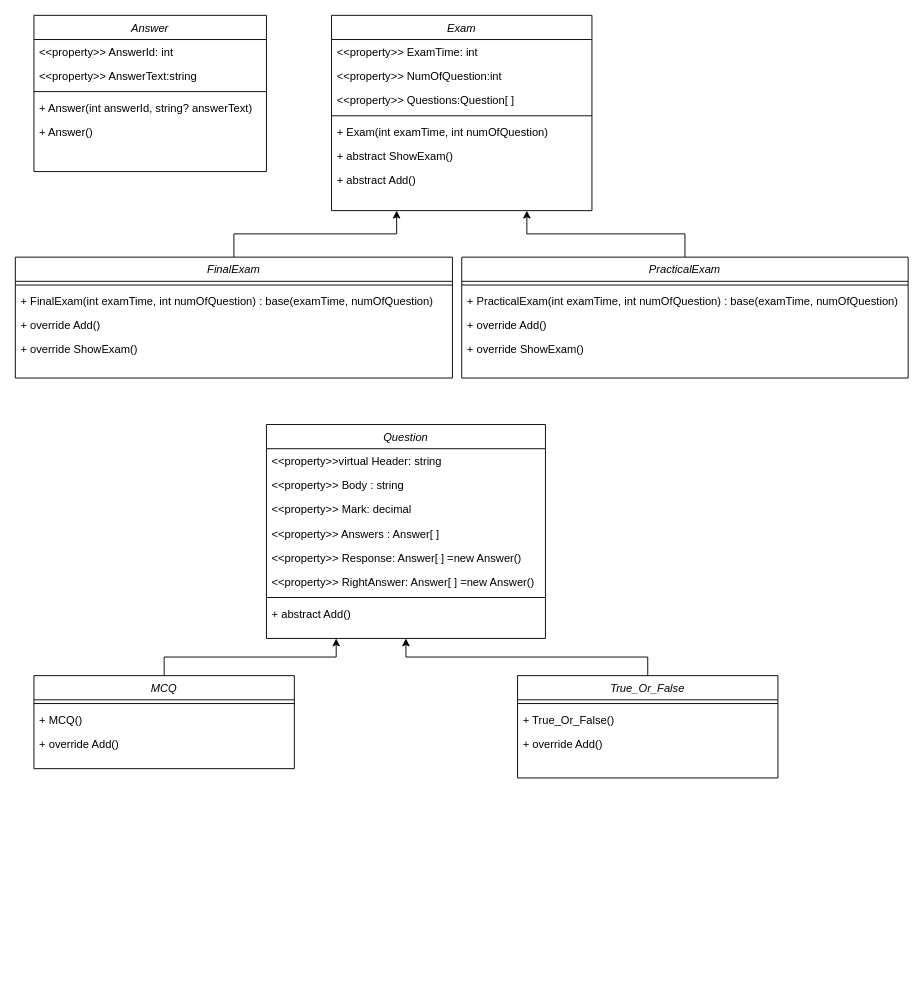
Before: Untitled Diagram.drawio in Marina-tarek/C43-G01-Exam02-OOPExam, a draw.io diagram. Source tidied: cells renumbered, new cells numbered last; positions are measured from the earlier drawing's top-left corner, leaving out a move shared by most shapes. Both pictures are drawn from the tidied source at 93%, with x=0, y=0 at pixel (15, 15).
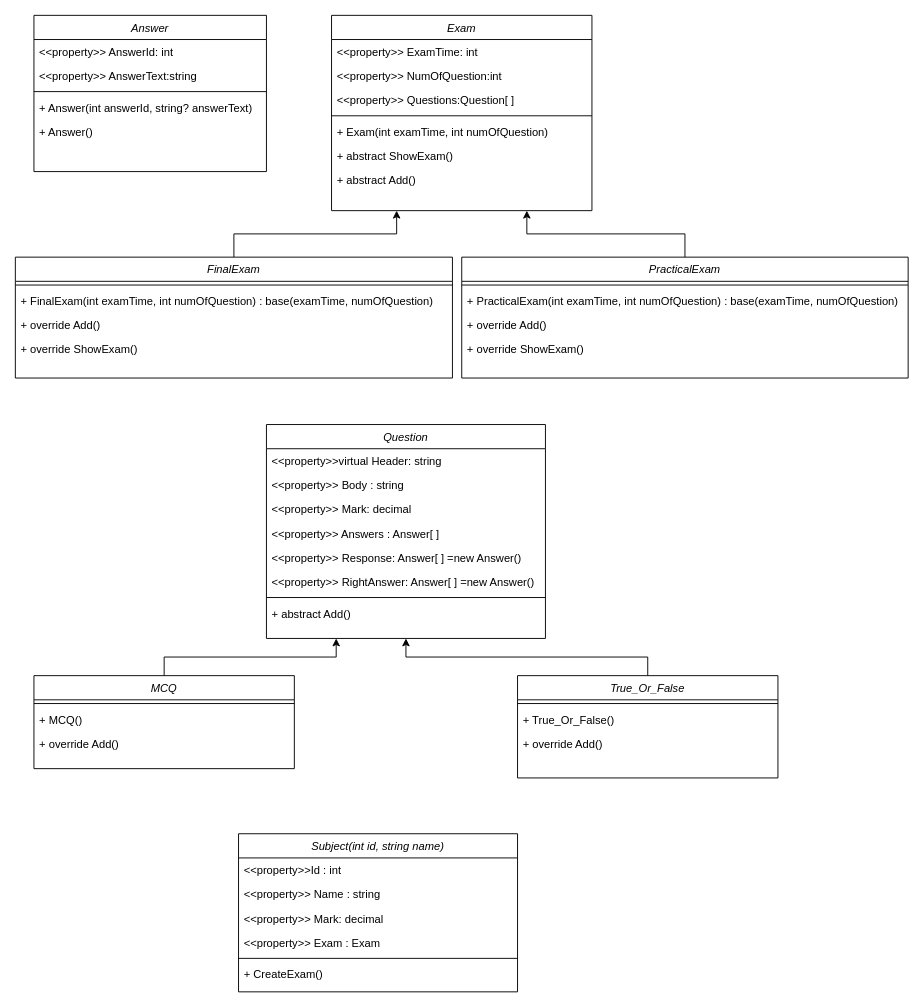
The same diagram, later.

What changed in the source:
```diff
@@
+    <mxCell id="47" value="Subject(int id, string name)" style="swimlane;fontStyle=2;align=center;verticalAlign=top;horizontal=1;startSize=26;rounded=0;shadow=0;strokeWidth=1;" parent="1" vertex="1">
+      <mxGeometry x="240" y="880" width="300" height="170" as="geometry" />
+    </mxCell>
+    <mxCell id="48" value="&lt;&lt;property&gt;&gt;Id : int" style="text;align=left;verticalAlign=top;spacingLeft=4;spacingRight=4;overflow=hidden;" parent="47" vertex="1">
+      <mxGeometry y="26" width="300" height="26" as="geometry" />
+    </mxCell>
+    <mxCell id="49" value="&lt;&lt;property&gt;&gt; Name : string" style="text;align=left;verticalAlign=top;spacingLeft=4;spacingRight=4;overflow=hidden;rounded=0;shadow=0;html=0;" parent="47" vertex="1">
+      <mxGeometry y="52" width="300" height="26" as="geometry" />
+    </mxCell>
+    <mxCell id="50" value="&lt;&lt;property&gt;&gt; Mark: decimal" style="text;align=left;verticalAlign=top;spacingLeft=4;spacingRight=4;overflow=hidden;rounded=0;shadow=0;html=0;" parent="47" vertex="1">
+      <mxGeometry y="78" width="300" height="26" as="geometry" />
+    </mxCell>
+    <mxCell id="51" value="&lt;&lt;property&gt;&gt; Exam : Exam" style="text;align=left;verticalAlign=top;spacingLeft=4;spacingRight=4;overflow=hidden;rounded=0;shadow=0;html=0;" parent="47" vertex="1">
+      <mxGeometry y="104" width="300" height="26" as="geometry" />
+    </mxCell>
+    <mxCell id="52" style="line;html=1;strokeWidth=1;align=left;verticalAlign=middle;spacingTop=-1;spacingLeft=3;spacingRight=3;labelPosition=right;" parent="47" vertex="1">
+      <mxGeometry y="130" width="300" height="8" as="geometry" />
+    </mxCell>
+    <mxCell id="53" value="+ CreateExam()" style="text;align=left;verticalAlign=top;spacingLeft=4;spacingRight=4;overflow=hidden;" parent="47" vertex="1">
+      <mxGeometry y="138" width="300" height="26" as="geometry" />
+    </mxCell>
```
